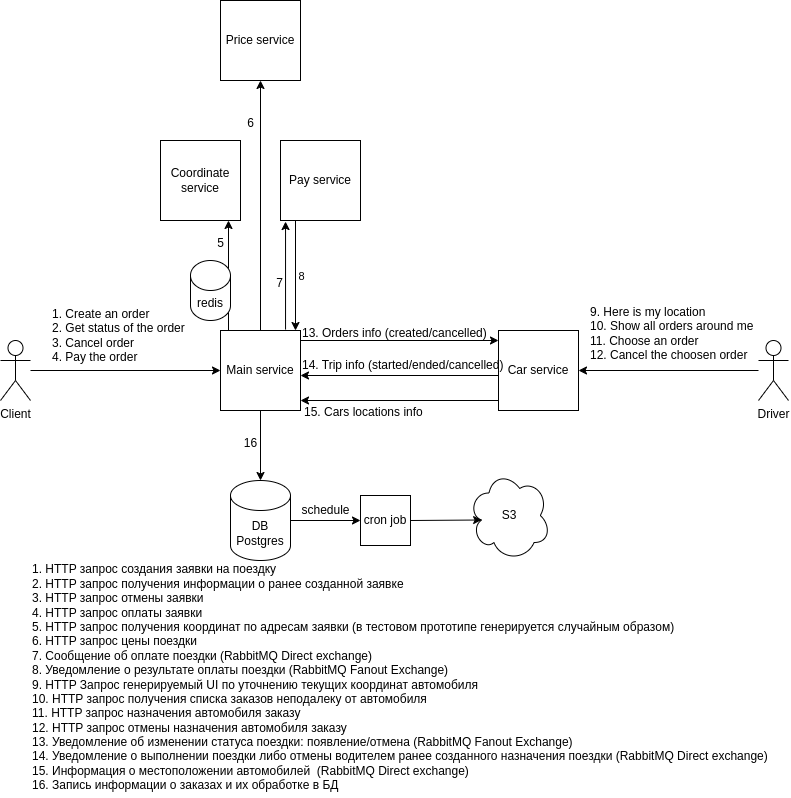
Above: Architecture.drawio.png in slava-polushin/python_advanced_1 (draw.io), before the change. Source tidied: cells renumbered, new cells last; positions are measured from the earlier drawing's top-left corner, leaving out a move shared by most shapes.
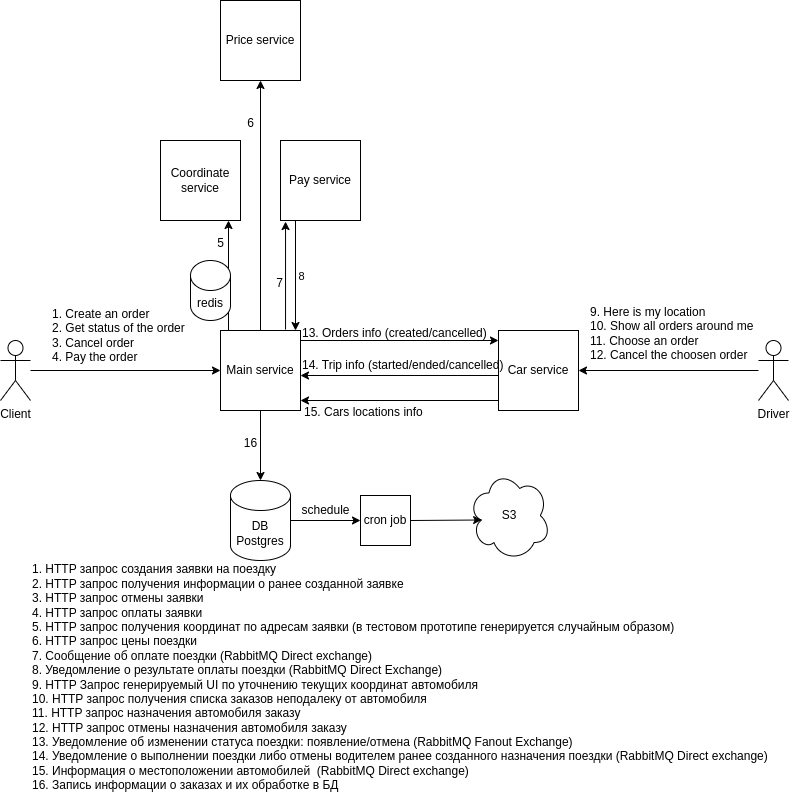
Above is the later version.

Commit message:
В архитектуре приложения канал передачи сообщений №8 "Уведомление о результате оплаты поездки" (от "Pay service" в "Main service") заменен на RabbitMQ Direct Exchange

The edit, as a diff of the source:
```diff
@@ -113,7 +113,7 @@
     <mxCell id="33" style="endArrow=classic;html=1;rounded=0;exitX=1;exitY=0.5;exitDx=0;exitDy=0;entryX=0.16;entryY=0.55;entryDx=0;entryDy=0;entryPerimeter=0;" parent="1" edge="1" source="29" target="32">
       <mxGeometry relative="1" as="geometry" />
     </mxCell>
-    <mxCell id="34" value="1. HTTP запрос создания заявки на поездку&lt;br&gt;2. HTTP запрос получения информации о ранее созданной заявке&lt;br&gt;3. HTTP запрос отмены заявки&lt;br&gt;4. HTTP запрос оплаты заявки&lt;br&gt;5. HTTP запрос получения координат по адресам заявки (в тестовом прототипе генерируется случайным образом)&lt;br&gt;6. HTTP запрос цены поездки&lt;br&gt;7. Сообщение об оплате поездки (RabbitMQ Direct exchange)&lt;br&gt;8. Уведомление о результате оплаты поездки (RabbitMQ Fanout Exchange)&lt;br&gt;9. HTTP Запрос генерируемый UI по уточнению текущих координат автомобиля&lt;br&gt;10. HTTP запрос получения списка заказов неподалеку от автомобиля&lt;br&gt;11. HTTP запрос назначения автомобиля заказу&lt;br&gt;12. HTTP запрос отмены назначения автомобиля заказу&lt;br&gt;13. Уведомление об изменении статуса поездки: появление/отмена (RabbitMQ Fanout Exchange)&lt;br&gt;14. Уведомление о выполнении поездки&amp;nbsp;либо отмены водителем ранее созданного назначения поездки (RabbitMQ Direct exchange)&lt;br&gt;15. Информация о местоположении автомобилей&amp;nbsp;&amp;nbsp;(RabbitMQ Direct exchange)&lt;br&gt;16. Запись информации о заказах и их обработке в БД" style="text;html=1;align=left;verticalAlign=middle;strokeColor=none;fillColor=none;" parent="1" vertex="1">
+    <mxCell id="34" value="1. HTTP запрос создания заявки на поездку&lt;br&gt;2. HTTP запрос получения информации о ранее созданной заявке&lt;br&gt;3. HTTP запрос отмены заявки&lt;br&gt;4. HTTP запрос оплаты заявки&lt;br&gt;5. HTTP запрос получения координат по адресам заявки (в тестовом прототипе генерируется случайным образом)&lt;br&gt;6. HTTP запрос цены поездки&lt;br&gt;7. Сообщение об оплате поездки (RabbitMQ Direct exchange)&lt;br&gt;8. Уведомление о результате оплаты поездки (RabbitMQ Direct&amp;nbsp;Exchange)&lt;br&gt;9. HTTP Запрос генерируемый UI по уточнению текущих координат автомобиля&lt;br&gt;10. HTTP запрос получения списка заказов неподалеку от автомобиля&lt;br&gt;11. HTTP запрос назначения автомобиля заказу&lt;br&gt;12. HTTP запрос отмены назначения автомобиля заказу&lt;br&gt;13. Уведомление об изменении статуса поездки: появление/отмена (RabbitMQ Fanout Exchange)&lt;br&gt;14. Уведомление о выполнении поездки&amp;nbsp;либо отмены водителем ранее созданного назначения поездки (RabbitMQ Direct exchange)&lt;br&gt;15. Информация о местоположении автомобилей&amp;nbsp;&amp;nbsp;(RabbitMQ Direct exchange)&lt;br&gt;16. Запись информации о заказах и их обработке в БД" style="text;html=1;align=left;verticalAlign=middle;strokeColor=none;fillColor=none;" parent="1" vertex="1">
       <mxGeometry x="30" y="557" width="760" height="240" as="geometry" />
     </mxCell>
     <mxCell id="35" style="endArrow=classic;html=1;entryX=1;entryY=1;entryDx=0;entryDy=0;exitX=0;exitY=1;exitDx=0;exitDy=0;" parent="1" edge="1">
```
